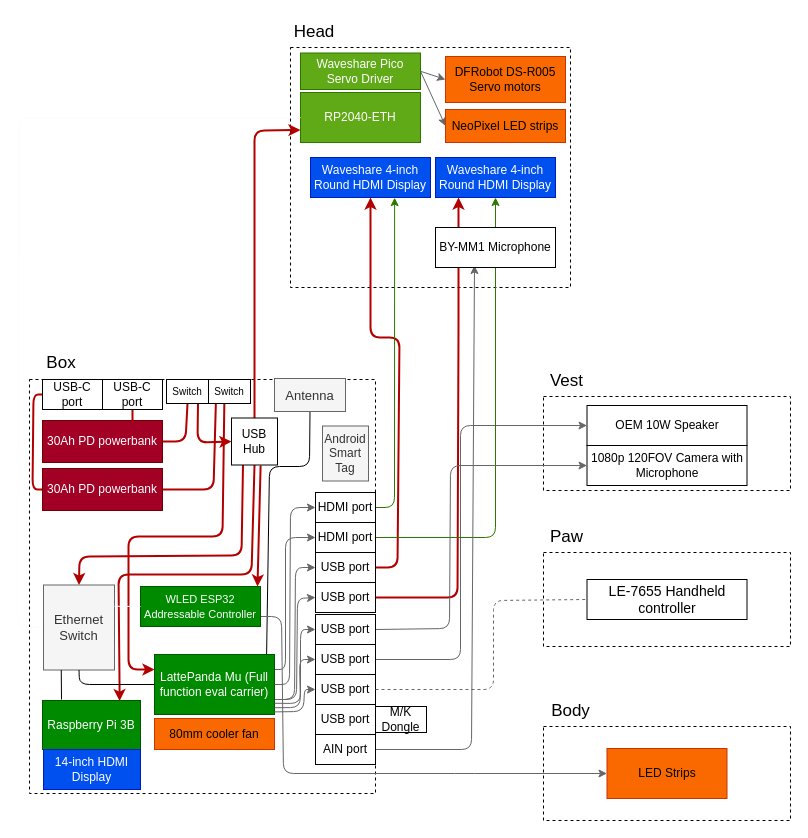
This is Planning/Hardware.drawio from MekhyW/DYNAMO-Electronic-Fursuit-3.0, a draw.io file, before an edit. Source tidied: cells renumbered, new cells numbered last; positions are measured from the earlier drawing's top-left corner, leaving out a move shared by most shapes. Both pictures are drawn from the tidied source at 100%, with x=0, y=0 at pixel (17, 17).
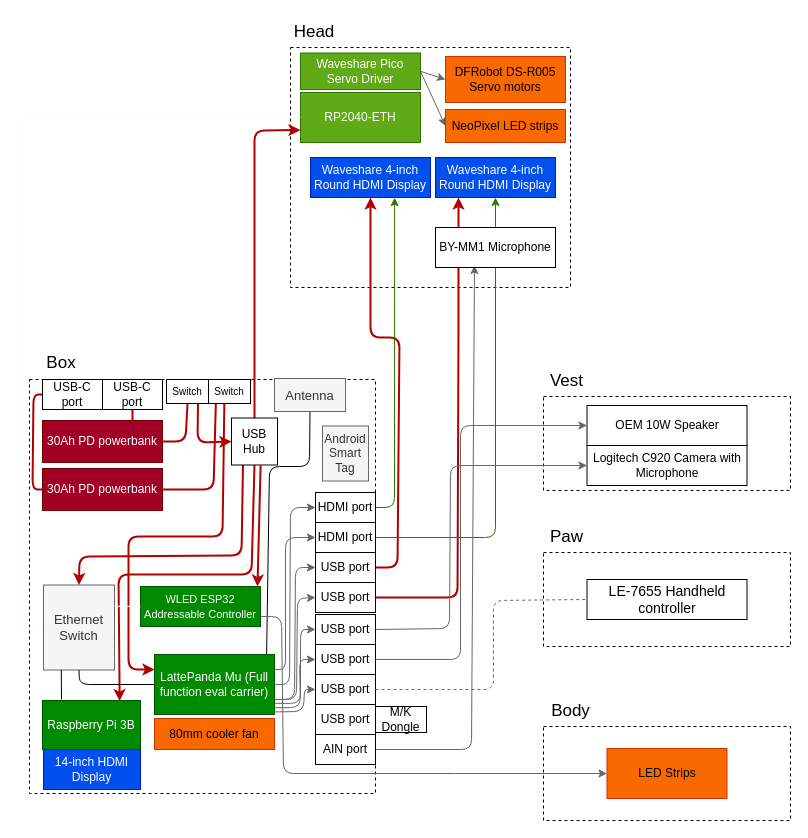
The same diagram, later.

The edit, as a diff of the source:
```diff
@@
-    <mxCell id="61" value="&lt;font style=&quot;&quot;&gt;1080p 120FOV Camera with Microphone&lt;/font&gt;" style="rounded=0;whiteSpace=wrap;html=1;" parent="1" vertex="1">
+    <mxCell id="61" value="&lt;font style=&quot;&quot;&gt;Logitech C920 Camera with Microphone&lt;/font&gt;" style="rounded=0;whiteSpace=wrap;html=1;" parent="1" vertex="1">
       <mxGeometry x="569.5" y="428" width="160" height="40" as="geometry" />
     </mxCell>
```
